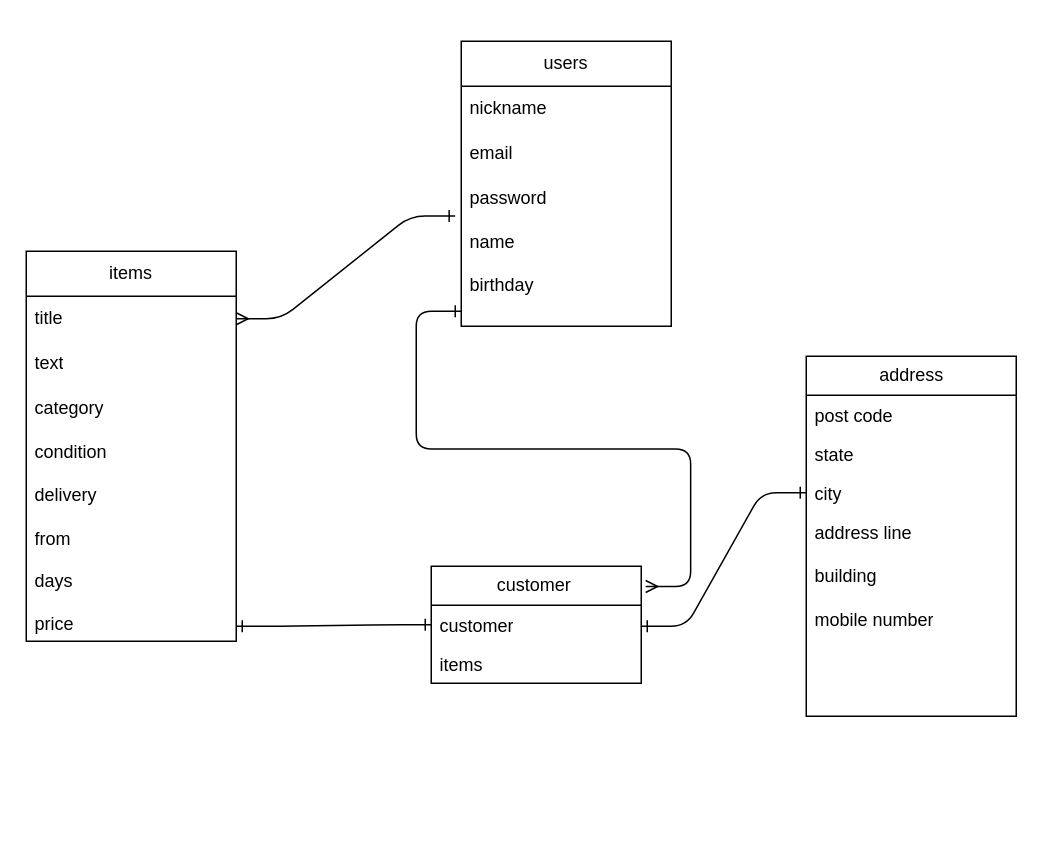
This is app/views/test.dio from asahiruyoru24h/furima-39093, a draw.io file, before an edit. Source tidied: cells renumbered, new cells numbered last; positions are measured from the earlier drawing's top-left corner, leaving out a move shared by most shapes. Both pictures are drawn from the tidied source at 150%, with x=0, y=0 at pixel (26, 40).
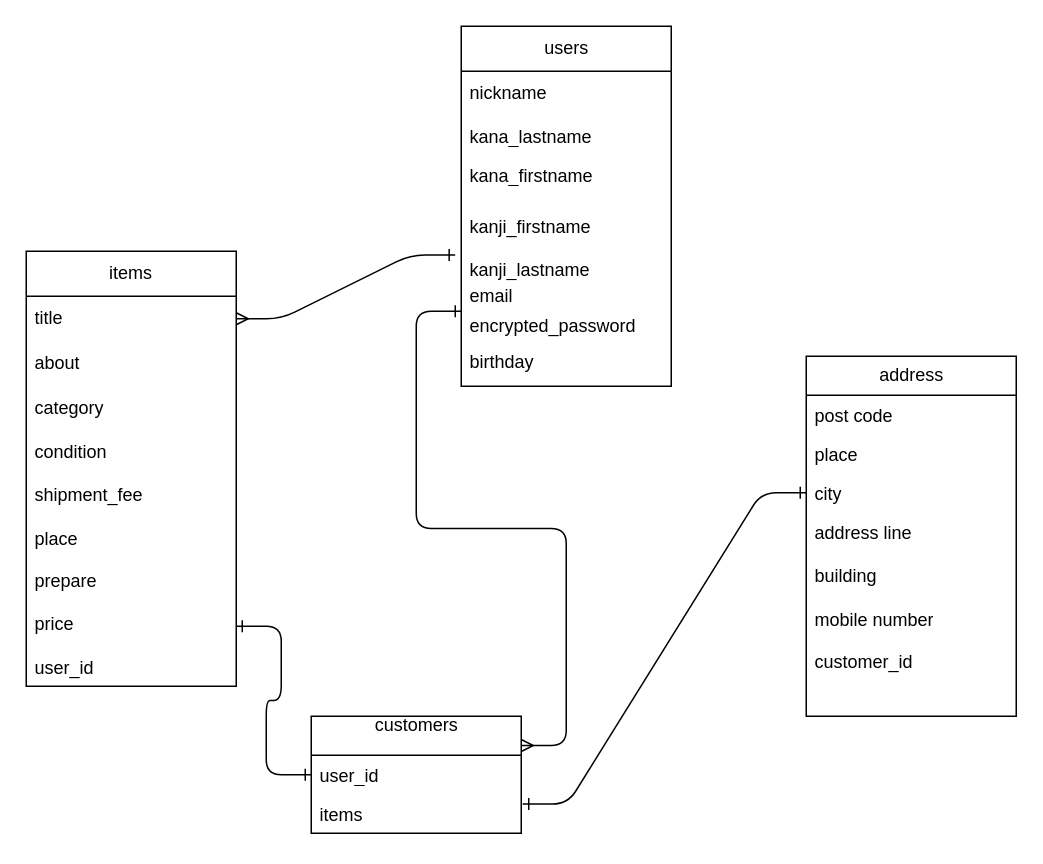
The same page after the edit.

The change refers to these unchanged cells:
```xml
<mxCell id="3" value="title" style="text;strokeColor=none;fillColor=none;align=left;verticalAlign=middle;spacingLeft=4;spacingRight=4;overflow=hidden;points=[[0,0.5],[1,0.5]];portConstraint=eastwest;whiteSpace=wrap;html=1;" parent="2" vertex="1">
  <mxGeometry y="30" width="140" height="30" as="geometry" />
</mxCell>
<mxCell id="14" value="items" style="text;strokeColor=none;fillColor=none;align=left;verticalAlign=top;spacingLeft=4;spacingRight=4;overflow=hidden;points=[[0,0.5],[1,0.5]];portConstraint=eastwest;whiteSpace=wrap;html=1;" parent="12" vertex="1">
  <mxGeometry y="52" width="140" height="26" as="geometry" />
</mxCell>
<mxCell id="15" value="address" style="swimlane;fontStyle=0;horizontal=1;startSize=26;fillColor=none;html=1;" parent="1" vertex="1">
  <mxGeometry x="520" y="210" width="140" height="240" as="geometry" />
</mxCell>
<mxCell id="18" value="city" style="text;strokeColor=none;fillColor=none;align=left;verticalAlign=top;spacingLeft=4;spacingRight=4;overflow=hidden;points=[[0,0.5],[1,0.5]];portConstraint=eastwest;whiteSpace=wrap;html=1;" parent="15" vertex="1">
  <mxGeometry y="78" width="140" height="26" as="geometry" />
</mxCell>
```

Diff of the diagram source:
```diff
@@
     <mxCell id="2" value="items" style="swimlane;fontStyle=0;horizontal=1;startSize=30;whiteSpace=wrap;html=1;" parent="1" vertex="1">
-      <mxGeometry y="140" width="140" height="260" as="geometry" />
+      <mxGeometry y="140" width="140" height="290" as="geometry" />
     </mxCell>
@@
-    <mxCell id="4" value="text" style="text;strokeColor=none;fillColor=none;align=left;verticalAlign=middle;spacingLeft=4;spacingRight=4;overflow=hidden;whiteSpace=wrap;html=1;" parent="2" vertex="1">
+    <mxCell id="4" value="about" style="text;strokeColor=none;fillColor=none;align=left;verticalAlign=middle;spacingLeft=4;spacingRight=4;overflow=hidden;whiteSpace=wrap;html=1;" parent="2" vertex="1">
       <mxGeometry y="60" width="140" height="30" as="geometry" />
     </mxCell>
@@
-    <mxCell id="6" value="condition&lt;br&gt;&lt;br&gt;delivery&lt;br&gt;&lt;br&gt;from&lt;br&gt;&lt;br&gt;days&lt;br&gt;&lt;br&gt;price" style="text;strokeColor=none;fillColor=none;align=left;verticalAlign=top;spacingLeft=4;spacingRight=4;overflow=hidden;whiteSpace=wrap;html=1;" parent="2" vertex="1">
-      <mxGeometry y="120" width="140" height="140" as="geometry" />
+    <mxCell id="6" value="condition&lt;br&gt;&lt;br&gt;shipment_fee&lt;br&gt;&lt;br&gt;place&lt;br&gt;&lt;br&gt;prepare&lt;br&gt;&lt;br&gt;price&lt;br&gt;&lt;br&gt;user_id&lt;br&gt;&lt;br&gt;" style="text;strokeColor=none;fillColor=none;align=left;verticalAlign=top;spacingLeft=4;spacingRight=4;overflow=hidden;whiteSpace=wrap;html=1;" parent="2" vertex="1">
+      <mxGeometry y="120" width="140" height="170" as="geometry" />
     </mxCell>
-    <mxCell id="7" value="users" style="swimlane;fontStyle=0;horizontal=1;startSize=30;whiteSpace=wrap;html=1;" parent="1" vertex="1">
-      <mxGeometry x="290" width="140" height="190" as="geometry" />
+    <mxCell id="7" value="users" style="swimlane;fontStyle=0;horizontal=1;startSize=30;html=1;spacing=2;" parent="1" vertex="1">
+      <mxGeometry x="290" y="-10" width="140" height="240" as="geometry" />
     </mxCell>
@@
+    <mxCell id="24" value="kana_lastname&lt;br&gt;" style="text;strokeColor=none;fillColor=none;align=left;verticalAlign=top;spacingLeft=4;spacingRight=4;overflow=hidden;whiteSpace=wrap;html=1;" parent="7" vertex="1">
+      <mxGeometry y="60" width="140" height="26" as="geometry" />
+    </mxCell>
+    <mxCell id="25" value="kana_firstname&lt;br&gt;" style="text;strokeColor=none;fillColor=none;align=left;verticalAlign=top;spacingLeft=4;spacingRight=4;overflow=hidden;whiteSpace=wrap;html=1;" parent="7" vertex="1">
+      <mxGeometry y="86" width="140" height="34" as="geometry" />
+    </mxCell>
+    <mxCell id="26" value="kanji_firstname&lt;br&gt;&lt;br&gt;kanji_lastname&lt;br&gt;" style="text;strokeColor=none;fillColor=none;align=left;verticalAlign=top;spacingLeft=4;spacingRight=4;overflow=hidden;points=[[0,0.5],[1,0.5]];portConstraint=eastwest;whiteSpace=wrap;html=1;" parent="7" vertex="1">
+      <mxGeometry y="120" width="140" height="50" as="geometry" />
+    </mxCell>
     <mxCell id="9" value="email" style="text;strokeColor=none;fillColor=none;align=left;verticalAlign=middle;spacingLeft=4;spacingRight=4;overflow=hidden;whiteSpace=wrap;html=1;" parent="7" vertex="1">
-      <mxGeometry y="60" width="140" height="30" as="geometry" />
+      <mxGeometry y="170" width="140" height="20" as="geometry" />
     </mxCell>
-    <mxCell id="10" value="password" style="text;strokeColor=none;fillColor=none;align=left;verticalAlign=middle;spacingLeft=4;spacingRight=4;overflow=hidden;whiteSpace=wrap;html=1;" parent="7" vertex="1">
-      <mxGeometry y="90" width="140" height="30" as="geometry" />
+    <mxCell id="10" value="encrypted_password" style="text;strokeColor=none;fillColor=none;align=left;verticalAlign=middle;spacingLeft=4;spacingRight=4;overflow=hidden;whiteSpace=wrap;html=1;" parent="7" vertex="1">
+      <mxGeometry y="190" width="140" height="20" as="geometry" />
     </mxCell>
-    <mxCell id="11" value="name&lt;br&gt;&lt;br&gt;birthday" style="text;strokeColor=none;fillColor=none;align=left;verticalAlign=top;spacingLeft=4;spacingRight=4;overflow=hidden;points=[[0,0.5],[1,0.5]];portConstraint=eastwest;whiteSpace=wrap;html=1;" parent="7" vertex="1">
-      <mxGeometry y="120" width="140" height="70" as="geometry" />
+    <mxCell id="11" value="birthday" style="text;strokeColor=none;fillColor=none;align=left;verticalAlign=top;spacingLeft=4;spacingRight=4;overflow=hidden;points=[[0,0.5],[1,0.5]];portConstraint=eastwest;whiteSpace=wrap;html=1;" parent="7" vertex="1">
+      <mxGeometry y="210" width="140" height="30" as="geometry" />
     </mxCell>
-    <mxCell id="12" value="customer&amp;nbsp;" style="swimlane;fontStyle=0;horizontal=1;startSize=26;fillColor=none;html=1;" parent="1" vertex="1">
-      <mxGeometry x="270" y="350" width="140" height="78" as="geometry" />
+    <mxCell id="12" value="customers&lt;br&gt;&amp;nbsp;" style="swimlane;fontStyle=0;horizontal=1;startSize=26;fillColor=none;html=1;" parent="1" vertex="1">
+      <mxGeometry x="190" y="450" width="140" height="78" as="geometry" />
     </mxCell>
-    <mxCell id="13" value="customer" style="text;strokeColor=none;fillColor=none;align=left;verticalAlign=top;spacingLeft=4;spacingRight=4;overflow=hidden;points=[[0,0.5],[1,0.5]];portConstraint=eastwest;whiteSpace=wrap;html=1;" parent="12" vertex="1">
+    <mxCell id="13" value="user_id&lt;br&gt;" style="text;strokeColor=none;fillColor=none;align=left;verticalAlign=top;spacingLeft=4;spacingRight=4;overflow=hidden;points=[[0,0.5],[1,0.5]];portConstraint=eastwest;whiteSpace=wrap;html=1;" parent="12" vertex="1">
       <mxGeometry y="26" width="140" height="26" as="geometry" />
     </mxCell>
@@
-    <mxCell id="17" value="state&lt;br&gt;&lt;br&gt;" style="text;strokeColor=none;fillColor=none;align=left;verticalAlign=top;spacingLeft=4;spacingRight=4;overflow=hidden;whiteSpace=wrap;html=1;" parent="15" vertex="1">
+    <mxCell id="17" value="place" style="text;strokeColor=none;fillColor=none;align=left;verticalAlign=top;spacingLeft=4;spacingRight=4;overflow=hidden;whiteSpace=wrap;html=1;" parent="15" vertex="1">
       <mxGeometry y="52" width="140" height="26" as="geometry" />
     </mxCell>
@@
-    <mxCell id="19" value="address line&lt;br&gt;&lt;br&gt;building&lt;br&gt;&lt;br&gt;mobile number" style="text;strokeColor=none;fillColor=none;align=left;verticalAlign=top;spacingLeft=4;spacingRight=4;overflow=hidden;whiteSpace=wrap;html=1;" parent="15" vertex="1">
+    <mxCell id="19" value="address line&lt;br&gt;&lt;br&gt;building&lt;br&gt;&lt;br&gt;mobile number&lt;br&gt;&lt;br&gt;customer_id&lt;br&gt;" style="text;strokeColor=none;fillColor=none;align=left;verticalAlign=top;spacingLeft=4;spacingRight=4;overflow=hidden;whiteSpace=wrap;html=1;" parent="15" vertex="1">
       <mxGeometry y="104" width="140" height="136" as="geometry" />
     </mxCell>
-    <mxCell id="20" style="edgeStyle=entityRelationEdgeStyle;fontSize=12;html=1;endArrow=ERmany;exitX=-0.029;exitY=-0.05;exitDx=0;exitDy=0;exitPerimeter=0;entryX=1;entryY=0.5;entryDx=0;entryDy=0;startArrow=ERone;startFill=0;" parent="1" edge="1" source="11" target="3">
+    <mxCell id="20" style="edgeStyle=entityRelationEdgeStyle;fontSize=12;html=1;endArrow=ERmany;exitX=-0.029;exitY=0.65;exitDx=0;exitDy=0;exitPerimeter=0;entryX=1;entryY=0.5;entryDx=0;entryDy=0;startArrow=ERone;startFill=0;" parent="1" edge="1" source="26" target="3">
       <mxGeometry relative="1" as="geometry" />
     </mxCell>
@@
-    <mxCell id="22" style="edgeStyle=entityRelationEdgeStyle;fontSize=12;html=1;endArrow=ERone;entryX=0;entryY=0.5;entryDx=0;entryDy=0;startArrow=ERone;startFill=0;endFill=0;" parent="1" edge="1" target="18">
-      <mxGeometry relative="1" as="geometry">
-        <mxPoint x="410" y="390" as="sourcePoint" />
-      </mxGeometry>
+    <mxCell id="22" style="edgeStyle=entityRelationEdgeStyle;fontSize=12;html=1;endArrow=ERone;entryX=0;entryY=0.5;entryDx=0;entryDy=0;startArrow=ERone;startFill=0;endFill=0;exitX=1.007;exitY=0.25;exitDx=0;exitDy=0;exitPerimeter=0;" parent="1" edge="1" source="14" target="18">
+      <mxGeometry relative="1" as="geometry" />
     </mxCell>
-    <mxCell id="23" style="edgeStyle=entityRelationEdgeStyle;fontSize=12;html=1;endArrow=ERone;exitX=1.021;exitY=0.173;exitDx=0;exitDy=0;endFill=0;startArrow=ERmany;startFill=0;exitPerimeter=0;" parent="1" edge="1" source="12">
+    <mxCell id="23" style="edgeStyle=entityRelationEdgeStyle;fontSize=12;html=1;endArrow=ERone;exitX=1;exitY=0.25;exitDx=0;exitDy=0;endFill=0;startArrow=ERmany;startFill=0;" parent="1" edge="1" source="12">
       <mxGeometry relative="1" as="geometry">
         <mxPoint x="290" y="180" as="targetPoint" />
       </mxGeometry>
     </mxCell>
```
